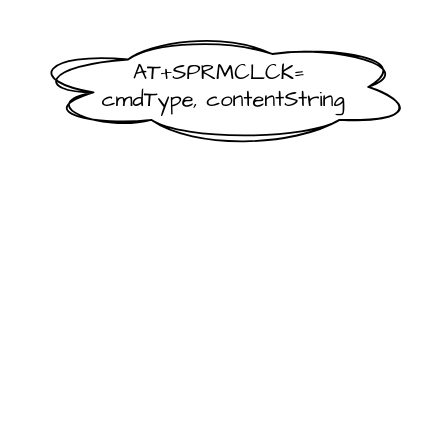
The draw.io diagram 预付费临时解锁码解锁逻辑.drawio in yangzetuoyuan/yangzetuoyuan.github.io, before the edit. Source tidied: cells renumbered, new cells numbered last; positions are measured from the earlier drawing's top-left corner, leaving out a move shared by most shapes. Both pictures are drawn from the tidied source at 183%, with x=0, y=0 at pixel (31, 31).
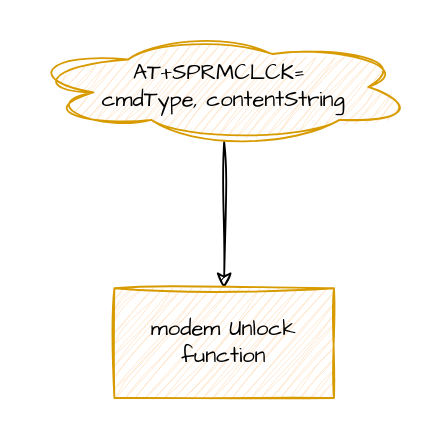
The same diagram, later.

Commit message (it also covers changes not shown here):
更新预付费临时解锁码解锁逻辑.drawio

What changed in the source:
```diff
@@
 <mxGraphModel>
   <root>
     <mxCell id="0" />
     <mxCell id="1" parent="0" />
+    <mxCell id="3" style="edgeStyle=orthogonalEdgeStyle;rounded=0;sketch=1;hachureGap=4;jiggle=2;curveFitting=1;jettySize=auto;html=1;fontFamily=Architects Daughter;" parent="1" edge="1" source="2" target="4">
+      <mxGeometry relative="1" as="geometry" />
+    </mxCell>
-    <mxCell id="2" value="AT+SPRMCLCK=&amp;nbsp;&lt;div&gt;cmdType, contentString&lt;/div&gt;" style="ellipse;shape=cloud;whiteSpace=wrap;html=1;sketch=1;hachureGap=4;jiggle=2;curveFitting=1;fontFamily=Architects Daughter;" parent="1" vertex="1">
+    <mxCell id="2" value="AT+SPRMCLCK=&amp;nbsp;&lt;div&gt;cmdType, contentString&lt;/div&gt;" style="ellipse;shape=cloud;whiteSpace=wrap;html=1;sketch=1;hachureGap=4;jiggle=2;curveFitting=1;fontFamily=Architects Daughter;fillColor=#ffe6cc;strokeColor=#d79b00;" parent="1" vertex="1">
       <mxGeometry width="210" height="60" as="geometry" />
     </mxCell>
+    <mxCell id="4" value="modem Unlock function" style="whiteSpace=wrap;html=1;fontFamily=Architects Daughter;fillColor=#ffe6cc;strokeColor=#d79b00;sketch=1;hachureGap=4;jiggle=2;curveFitting=1;" parent="1" vertex="1">
+      <mxGeometry x="45" y="140" width="120" height="60" as="geometry" />
+    </mxCell>
   </root>
 </mxGraphModel>
```
